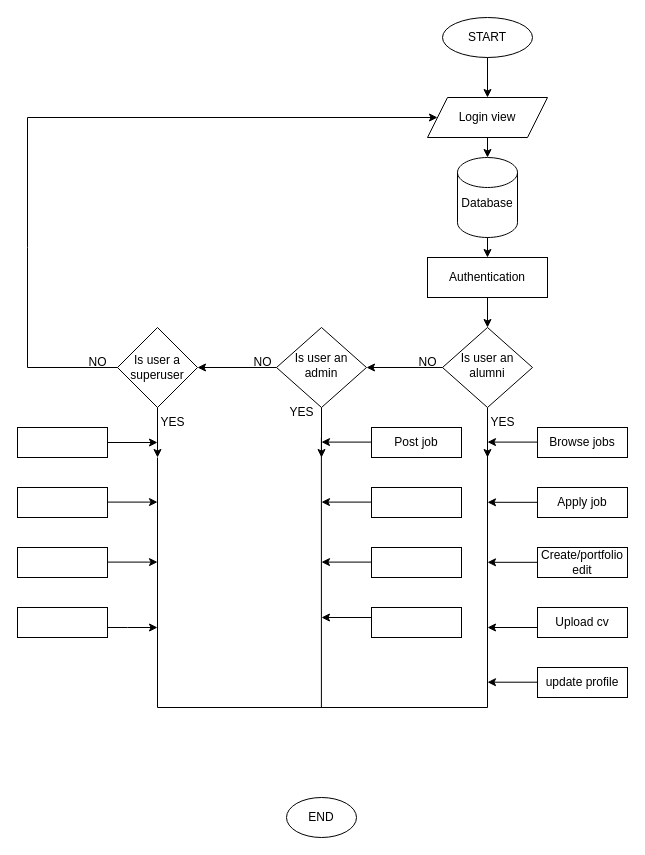
Earlier version of the draw.io diagram aluminapp flowchart.drawio (Badigribz/alumniapp). Source tidied: cells renumbered, new cells numbered last; positions are measured from the earlier drawing's top-left corner, leaving out a move shared by most shapes. Both pictures are drawn from the tidied source at 100%, with x=0, y=0 at pixel (17, 17).
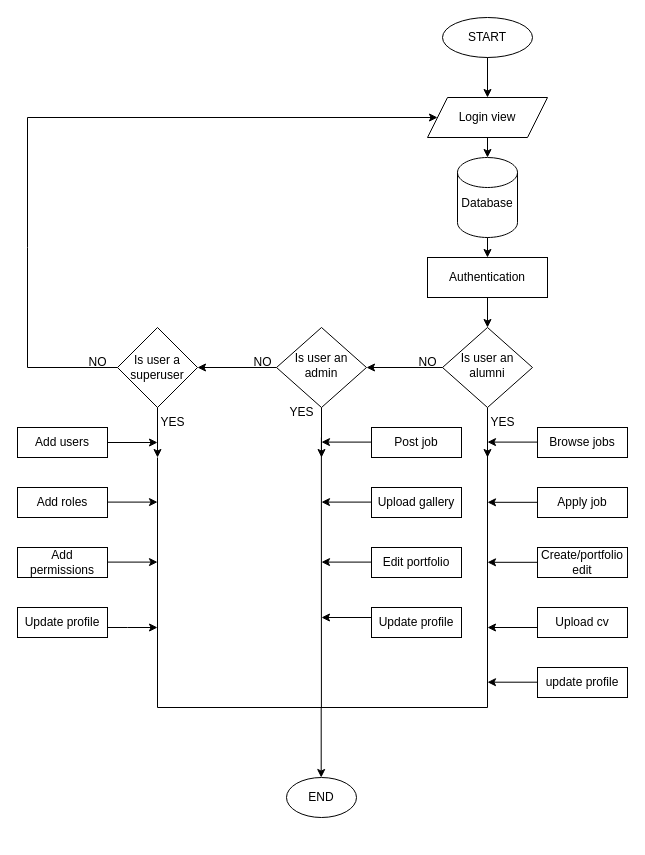
The same page after the edit.

Change to the diagram source:
```diff
@@
     <mxCell id="12" value="END" style="ellipse;whiteSpace=wrap;html=1;" parent="1" vertex="1">
-      <mxGeometry x="269" y="780" width="70" height="40" as="geometry" />
+      <mxGeometry x="269" y="760" width="70" height="40" as="geometry" />
     </mxCell>
@@
-    <mxCell id="22" style="rounded=0;whiteSpace=wrap;html=1;" parent="1" vertex="1">
+    <mxCell id="22" value="Upload gallery" style="rounded=0;whiteSpace=wrap;html=1;" parent="1" vertex="1">
       <mxGeometry x="354" y="470" width="90" height="30" as="geometry" />
     </mxCell>
-    <mxCell id="23" style="rounded=0;whiteSpace=wrap;html=1;" parent="1" vertex="1">
+    <mxCell id="23" value="Edit portfolio" style="rounded=0;whiteSpace=wrap;html=1;" parent="1" vertex="1">
       <mxGeometry x="354" y="530" width="90" height="30" as="geometry" />
     </mxCell>
-    <mxCell id="24" style="rounded=0;whiteSpace=wrap;html=1;" parent="1" vertex="1">
+    <mxCell id="24" value="Update profile" style="rounded=0;whiteSpace=wrap;html=1;" parent="1" vertex="1">
       <mxGeometry x="354" y="590" width="90" height="30" as="geometry" />
     </mxCell>
-    <mxCell id="25" style="rounded=0;whiteSpace=wrap;html=1;" parent="1" vertex="1">
+    <mxCell id="25" value="Add users" style="rounded=0;whiteSpace=wrap;html=1;" parent="1" vertex="1">
       <mxGeometry y="410" width="90" height="30" as="geometry" />
     </mxCell>
-    <mxCell id="26" style="rounded=0;whiteSpace=wrap;html=1;" parent="1" vertex="1">
+    <mxCell id="26" value="Add roles" style="rounded=0;whiteSpace=wrap;html=1;" parent="1" vertex="1">
       <mxGeometry y="470" width="90" height="30" as="geometry" />
     </mxCell>
-    <mxCell id="27" style="rounded=0;whiteSpace=wrap;html=1;" parent="1" vertex="1">
+    <mxCell id="27" value="Add permissions" style="rounded=0;whiteSpace=wrap;html=1;" parent="1" vertex="1">
       <mxGeometry y="530" width="90" height="30" as="geometry" />
     </mxCell>
-    <mxCell id="28" style="rounded=0;whiteSpace=wrap;html=1;" parent="1" vertex="1">
+    <mxCell id="28" value="Update profile" style="rounded=0;whiteSpace=wrap;html=1;" parent="1" vertex="1">
       <mxGeometry y="590" width="90" height="30" as="geometry" />
     </mxCell>
@@
+    <mxCell id="57" style="endArrow=classic;html=1;rounded=0;" parent="1" edge="1">
+      <mxGeometry relative="1" as="geometry">
+        <mxPoint x="303.7" y="690" as="sourcePoint" />
+        <mxPoint x="303.7" y="760" as="targetPoint" />
+      </mxGeometry>
+    </mxCell>
```
